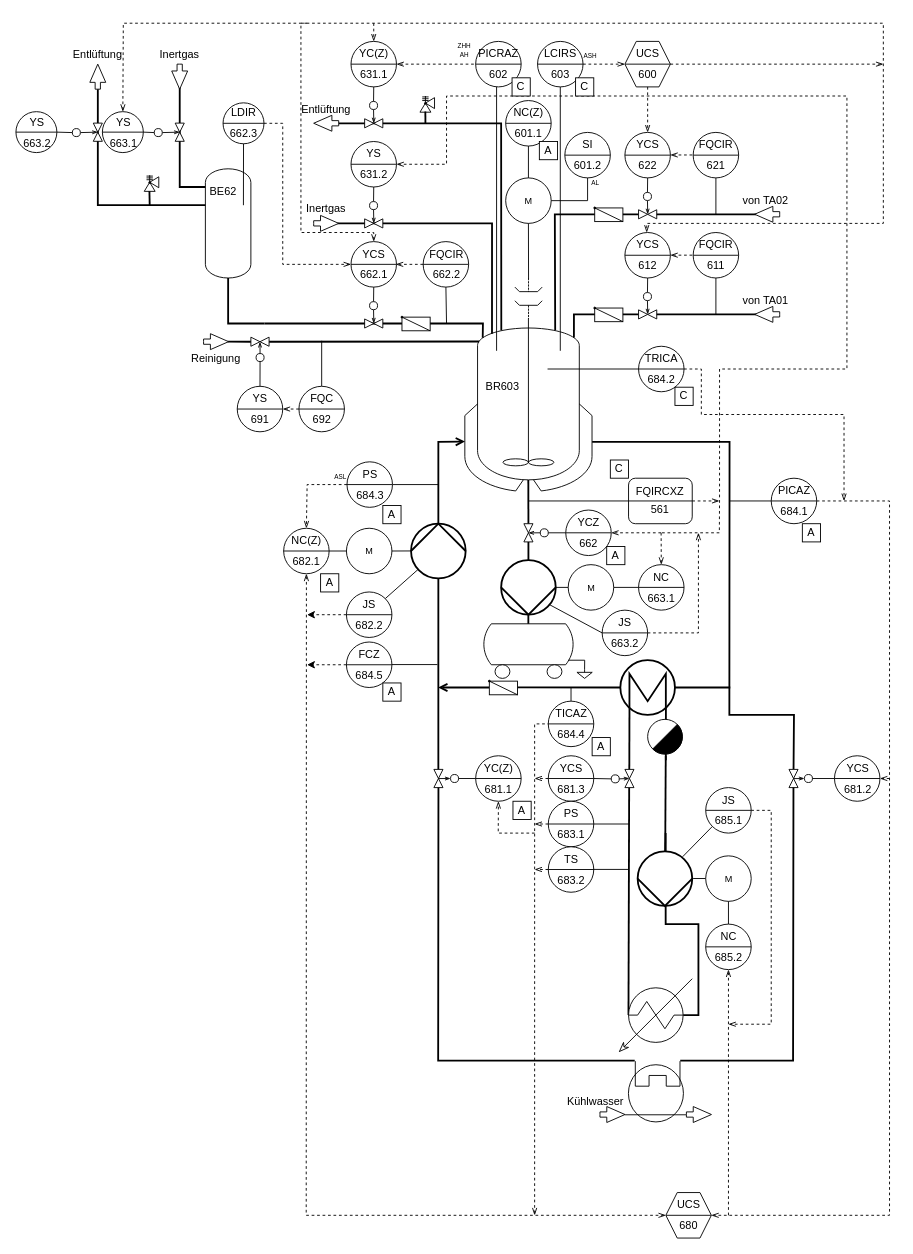
The draw.io diagram reaktor.drawio in sid115/pltp-ri, before the edit. Source tidied: cells renumbered, new cells numbered last; positions are measured from the earlier drawing's top-left corner, leaving out a move shared by most shapes. Both pictures are drawn from the tidied source at 91%, with x=0, y=0 at pixel (15, 23).
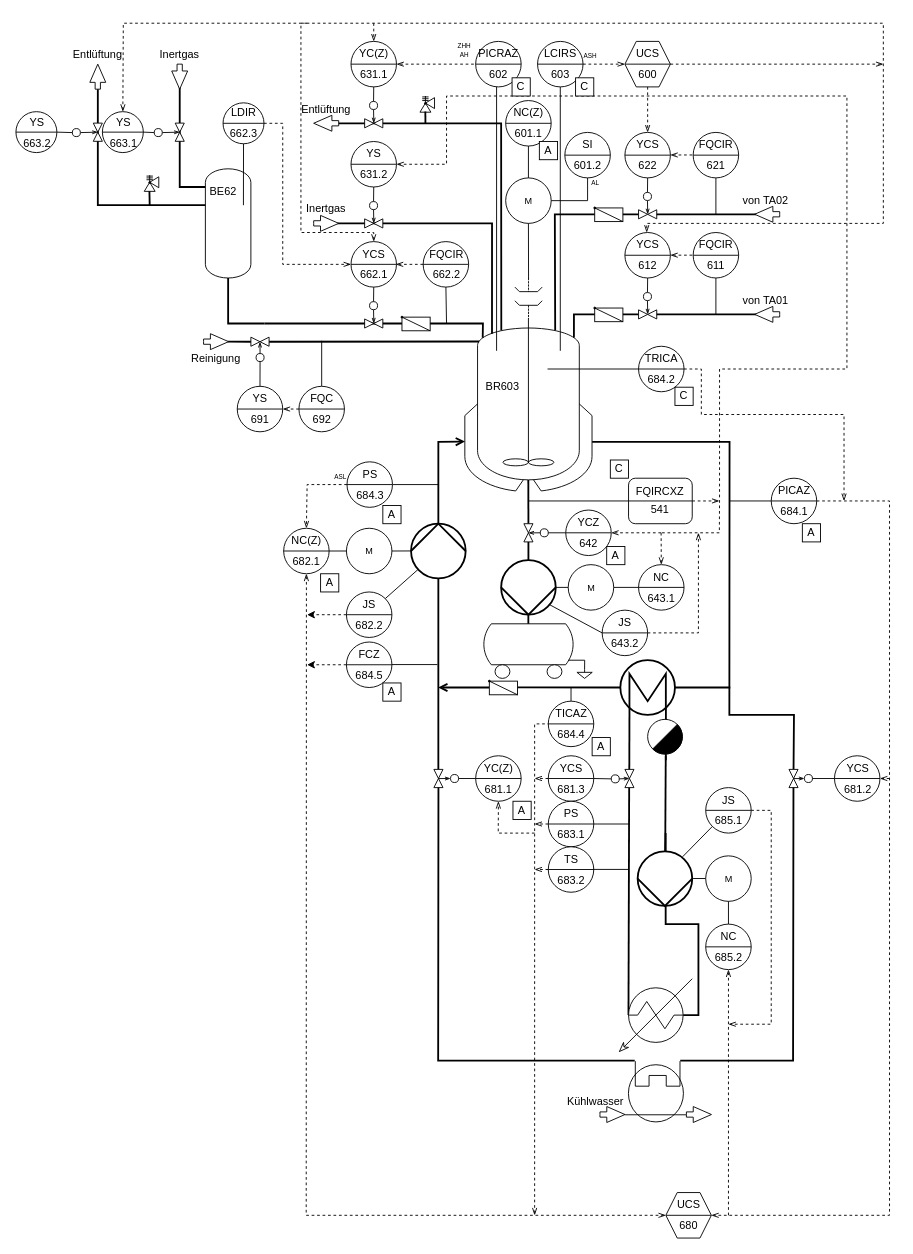
The same page after the edit.

Commit message (it also covers changes not shown here):
Anpassung Namen

The change refers to these unchanged cells:
```xml
<mxCell id="139" style="group;" parent="1" vertex="1">
  <mxGeometry x="673.2" y="500" width="70" height="50" as="geometry" />
</mxCell>
```

Diff of the diagram source:
```diff
@@
-    <mxCell id="6" value="&lt;table cellpadding=&quot;4&quot; cellspacing=&quot;0&quot; border=&quot;0&quot; style=&quot;font-size:1em;width:100%;height:100%;&quot;&gt;&lt;tbody&gt;&lt;tr&gt;&lt;td&gt;YCZ&lt;/td&gt;&lt;/tr&gt;&lt;tr&gt;&lt;td&gt;662&lt;/td&gt;&lt;/tr&gt;&lt;/tbody&gt;&lt;/table&gt; " style="html=1;outlineConnect=0;align=center;dashed=0;shape=mxgraph.pid2inst.discInst;mounting=room;" parent="1" vertex="1">
+    <mxCell id="6" value="&lt;table cellpadding=&quot;4&quot; cellspacing=&quot;0&quot; border=&quot;0&quot; style=&quot;font-size:1em;width:100%;height:100%;&quot;&gt;&lt;tbody&gt;&lt;tr&gt;&lt;td&gt;YCZ&lt;/td&gt;&lt;/tr&gt;&lt;tr&gt;&lt;td&gt;642&lt;/td&gt;&lt;/tr&gt;&lt;/tbody&gt;&lt;/table&gt; " style="html=1;outlineConnect=0;align=center;dashed=0;shape=mxgraph.pid2inst.discInst;mounting=room;" parent="1" vertex="1">
       <mxGeometry x="604.2" y="535" width="50" height="50" as="geometry" />
     </mxCell>
@@
-    <mxCell id="143" value="561" style="text;html=1;strokeColor=none;fillColor=none;align=center;verticalAlign=middle;whiteSpace=wrap;rounded=0;" parent="139" vertex="1">
+    <mxCell id="143" value="541" style="text;html=1;strokeColor=none;fillColor=none;align=center;verticalAlign=middle;whiteSpace=wrap;rounded=0;" parent="139" vertex="1">
       <mxGeometry x="5" y="20" width="60" height="30" as="geometry" />
     </mxCell>
@@
-    <mxCell id="220" value="&lt;table cellpadding=&quot;4&quot; cellspacing=&quot;0&quot; border=&quot;0&quot; style=&quot;font-size:1em;width:100%;height:100%;&quot;&gt;&lt;tbody&gt;&lt;tr&gt;&lt;td&gt;NC&lt;/td&gt;&lt;/tr&gt;&lt;tr&gt;&lt;td&gt;663.1&lt;/td&gt;&lt;/tr&gt;&lt;/tbody&gt;&lt;/table&gt; " style="html=1;outlineConnect=0;align=center;dashed=0;shape=mxgraph.pid2inst.discInst;mounting=room;" parent="1" vertex="1">
+    <mxCell id="220" value="&lt;table cellpadding=&quot;4&quot; cellspacing=&quot;0&quot; border=&quot;0&quot; style=&quot;font-size:1em;width:100%;height:100%;&quot;&gt;&lt;tbody&gt;&lt;tr&gt;&lt;td&gt;NC&lt;/td&gt;&lt;/tr&gt;&lt;tr&gt;&lt;td&gt;643.1&lt;/td&gt;&lt;/tr&gt;&lt;/tbody&gt;&lt;/table&gt; " style="html=1;outlineConnect=0;align=center;dashed=0;shape=mxgraph.pid2inst.discInst;mounting=room;" parent="1" vertex="1">
       <mxGeometry x="684.2" y="595" width="50" height="50" as="geometry" />
     </mxCell>
@@
-    <mxCell id="223" value="&lt;table cellpadding=&quot;4&quot; cellspacing=&quot;0&quot; border=&quot;0&quot; style=&quot;font-size:1em;width:100%;height:100%;&quot;&gt;&lt;tbody&gt;&lt;tr&gt;&lt;td&gt;JS&lt;/td&gt;&lt;/tr&gt;&lt;tr&gt;&lt;td&gt;663.2&lt;/td&gt;&lt;/tr&gt;&lt;/tbody&gt;&lt;/table&gt; " style="html=1;outlineConnect=0;align=center;dashed=0;shape=mxgraph.pid2inst.discInst;mounting=room;" parent="1" vertex="1">
+    <mxCell id="223" value="&lt;table cellpadding=&quot;4&quot; cellspacing=&quot;0&quot; border=&quot;0&quot; style=&quot;font-size:1em;width:100%;height:100%;&quot;&gt;&lt;tbody&gt;&lt;tr&gt;&lt;td&gt;JS&lt;/td&gt;&lt;/tr&gt;&lt;tr&gt;&lt;td&gt;643.2&lt;/td&gt;&lt;/tr&gt;&lt;/tbody&gt;&lt;/table&gt; " style="html=1;outlineConnect=0;align=center;dashed=0;shape=mxgraph.pid2inst.discInst;mounting=room;" parent="1" vertex="1">
       <mxGeometry x="644.2" y="645" width="50" height="50" as="geometry" />
     </mxCell>
```
